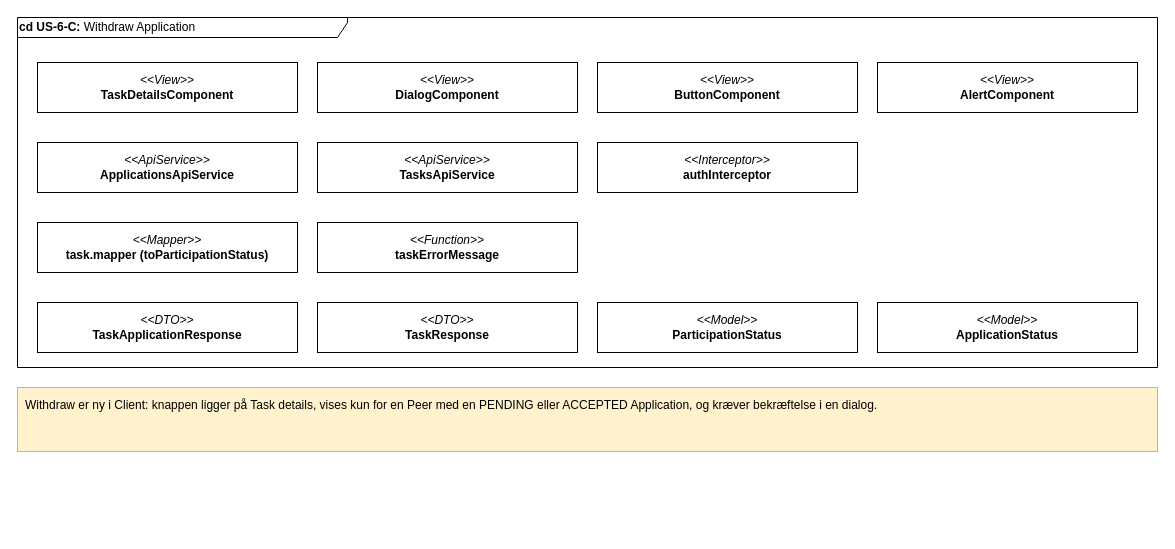
This is page "2 - klasser" (2 of 3) of drawio/Applikationsmodeller/US6/FE/US6_WithdrawApplication.drawio from Echo-AU/artifacts, a draw.io file, before an edit. Source tidied: cells renumbered, new cells numbered last; positions are measured from the earlier drawing's top-left corner, leaving out a move shared by most shapes. Both pictures are drawn from the tidied source at 100%, with x=0, y=0 at pixel (17, 17).
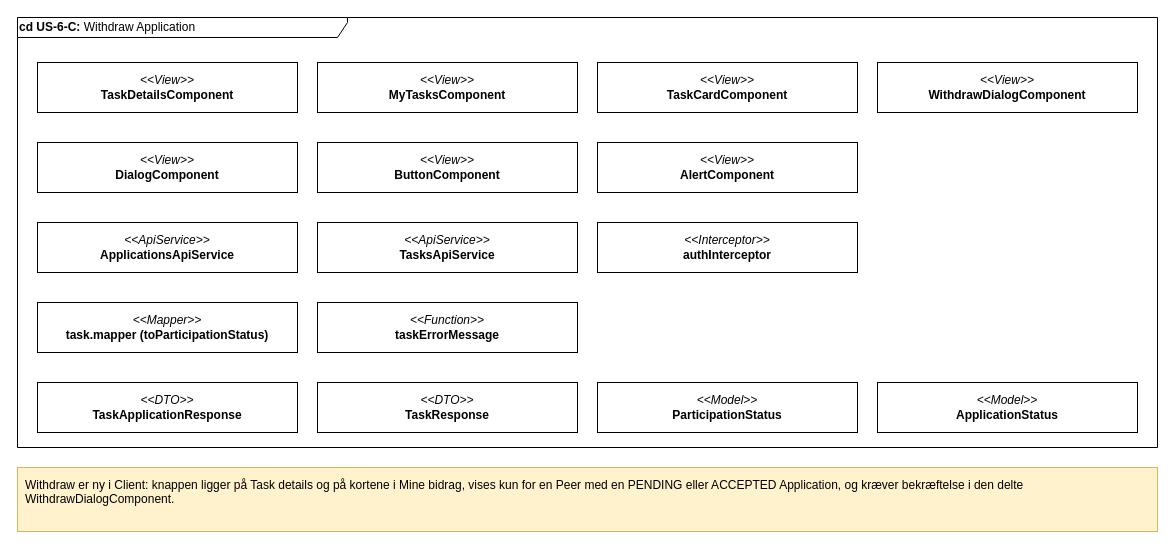
After the change.

What changed in the source:
```diff
@@
 <mxGraphModel>
   <root>
     <mxCell id="0" />
     <mxCell id="1" parent="0" />
     <mxCell id="2" value="&lt;b&gt;cd US-6-C: &lt;/b&gt;Withdraw Application" style="shape=umlFrame;whiteSpace=wrap;html=1;width=330;height=20;align=left;" parent="1" vertex="1">
-      <mxGeometry width="1140" height="350" as="geometry" />
+      <mxGeometry width="1140" height="430" as="geometry" />
     </mxCell>
     <mxCell id="3" value="&lt;span style=&quot;font-weight: normal;&quot;&gt;&lt;i&gt;&amp;lt;&amp;lt;View&amp;gt;&amp;gt;&lt;/i&gt;&lt;/span&gt;&lt;div&gt;TaskDetailsComponent&lt;/div&gt;" style="rounded=0;whiteSpace=wrap;html=1;fontStyle=1;" parent="1" vertex="1">
       <mxGeometry x="20" y="45" width="260" height="50" as="geometry" />
     </mxCell>
-    <mxCell id="4" value="&lt;span style=&quot;font-weight: normal;&quot;&gt;&lt;i&gt;&amp;lt;&amp;lt;View&amp;gt;&amp;gt;&lt;/i&gt;&lt;/span&gt;&lt;div&gt;DialogComponent&lt;/div&gt;" style="rounded=0;whiteSpace=wrap;html=1;fontStyle=1;" parent="1" vertex="1">
+    <mxCell id="4" value="&lt;span style=&quot;font-weight: normal;&quot;&gt;&lt;i&gt;&amp;lt;&amp;lt;View&amp;gt;&amp;gt;&lt;/i&gt;&lt;/span&gt;&lt;div&gt;MyTasksComponent&lt;/div&gt;" style="rounded=0;whiteSpace=wrap;html=1;fontStyle=1;" parent="1" vertex="1">
       <mxGeometry x="300" y="45" width="260" height="50" as="geometry" />
     </mxCell>
-    <mxCell id="5" value="&lt;span style=&quot;font-weight: normal;&quot;&gt;&lt;i&gt;&amp;lt;&amp;lt;View&amp;gt;&amp;gt;&lt;/i&gt;&lt;/span&gt;&lt;div&gt;ButtonComponent&lt;/div&gt;" style="rounded=0;whiteSpace=wrap;html=1;fontStyle=1;" parent="1" vertex="1">
+    <mxCell id="5" value="&lt;span style=&quot;font-weight: normal;&quot;&gt;&lt;i&gt;&amp;lt;&amp;lt;View&amp;gt;&amp;gt;&lt;/i&gt;&lt;/span&gt;&lt;div&gt;TaskCardComponent&lt;/div&gt;" style="rounded=0;whiteSpace=wrap;html=1;fontStyle=1;" parent="1" vertex="1">
       <mxGeometry x="580" y="45" width="260" height="50" as="geometry" />
     </mxCell>
-    <mxCell id="6" value="&lt;span style=&quot;font-weight: normal;&quot;&gt;&lt;i&gt;&amp;lt;&amp;lt;View&amp;gt;&amp;gt;&lt;/i&gt;&lt;/span&gt;&lt;div&gt;AlertComponent&lt;/div&gt;" style="rounded=0;whiteSpace=wrap;html=1;fontStyle=1;" parent="1" vertex="1">
+    <mxCell id="6" value="&lt;span style=&quot;font-weight: normal;&quot;&gt;&lt;i&gt;&amp;lt;&amp;lt;View&amp;gt;&amp;gt;&lt;/i&gt;&lt;/span&gt;&lt;div&gt;WithdrawDialogComponent&lt;/div&gt;" style="rounded=0;whiteSpace=wrap;html=1;fontStyle=1;" parent="1" vertex="1">
       <mxGeometry x="860" y="45" width="260" height="50" as="geometry" />
     </mxCell>
-    <mxCell id="7" value="&lt;span style=&quot;font-weight: normal;&quot;&gt;&lt;i&gt;&amp;lt;&amp;lt;ApiService&amp;gt;&amp;gt;&lt;/i&gt;&lt;/span&gt;&lt;div&gt;ApplicationsApiService&lt;/div&gt;" style="rounded=0;whiteSpace=wrap;html=1;fontStyle=1;" parent="1" vertex="1">
+    <mxCell id="7" value="&lt;span style=&quot;font-weight: normal;&quot;&gt;&lt;i&gt;&amp;lt;&amp;lt;View&amp;gt;&amp;gt;&lt;/i&gt;&lt;/span&gt;&lt;div&gt;DialogComponent&lt;/div&gt;" style="rounded=0;whiteSpace=wrap;html=1;fontStyle=1;" parent="1" vertex="1">
       <mxGeometry x="20" y="125" width="260" height="50" as="geometry" />
     </mxCell>
-    <mxCell id="8" value="&lt;span style=&quot;font-weight: normal;&quot;&gt;&lt;i&gt;&amp;lt;&amp;lt;ApiService&amp;gt;&amp;gt;&lt;/i&gt;&lt;/span&gt;&lt;div&gt;TasksApiService&lt;/div&gt;" style="rounded=0;whiteSpace=wrap;html=1;fontStyle=1;" parent="1" vertex="1">
+    <mxCell id="8" value="&lt;span style=&quot;font-weight: normal;&quot;&gt;&lt;i&gt;&amp;lt;&amp;lt;View&amp;gt;&amp;gt;&lt;/i&gt;&lt;/span&gt;&lt;div&gt;ButtonComponent&lt;/div&gt;" style="rounded=0;whiteSpace=wrap;html=1;fontStyle=1;" parent="1" vertex="1">
       <mxGeometry x="300" y="125" width="260" height="50" as="geometry" />
     </mxCell>
-    <mxCell id="9" value="&lt;span style=&quot;font-weight: normal;&quot;&gt;&lt;i&gt;&amp;lt;&amp;lt;Interceptor&amp;gt;&amp;gt;&lt;/i&gt;&lt;/span&gt;&lt;div&gt;authInterceptor&lt;/div&gt;" style="rounded=0;whiteSpace=wrap;html=1;fontStyle=1;" parent="1" vertex="1">
+    <mxCell id="9" value="&lt;span style=&quot;font-weight: normal;&quot;&gt;&lt;i&gt;&amp;lt;&amp;lt;View&amp;gt;&amp;gt;&lt;/i&gt;&lt;/span&gt;&lt;div&gt;AlertComponent&lt;/div&gt;" style="rounded=0;whiteSpace=wrap;html=1;fontStyle=1;" parent="1" vertex="1">
       <mxGeometry x="580" y="125" width="260" height="50" as="geometry" />
     </mxCell>
-    <mxCell id="10" value="&lt;span style=&quot;font-weight: normal;&quot;&gt;&lt;i&gt;&amp;lt;&amp;lt;Mapper&amp;gt;&amp;gt;&lt;/i&gt;&lt;/span&gt;&lt;div&gt;task.mapper (toParticipationStatus)&lt;/div&gt;" style="rounded=0;whiteSpace=wrap;html=1;fontStyle=1;" parent="1" vertex="1">
+    <mxCell id="10" value="&lt;span style=&quot;font-weight: normal;&quot;&gt;&lt;i&gt;&amp;lt;&amp;lt;ApiService&amp;gt;&amp;gt;&lt;/i&gt;&lt;/span&gt;&lt;div&gt;ApplicationsApiService&lt;/div&gt;" style="rounded=0;whiteSpace=wrap;html=1;fontStyle=1;" parent="1" vertex="1">
       <mxGeometry x="20" y="205" width="260" height="50" as="geometry" />
     </mxCell>
-    <mxCell id="11" value="&lt;span style=&quot;font-weight: normal;&quot;&gt;&lt;i&gt;&amp;lt;&amp;lt;Function&amp;gt;&amp;gt;&lt;/i&gt;&lt;/span&gt;&lt;div&gt;taskErrorMessage&lt;/div&gt;" style="rounded=0;whiteSpace=wrap;html=1;fontStyle=1;" parent="1" vertex="1">
+    <mxCell id="11" value="&lt;span style=&quot;font-weight: normal;&quot;&gt;&lt;i&gt;&amp;lt;&amp;lt;ApiService&amp;gt;&amp;gt;&lt;/i&gt;&lt;/span&gt;&lt;div&gt;TasksApiService&lt;/div&gt;" style="rounded=0;whiteSpace=wrap;html=1;fontStyle=1;" parent="1" vertex="1">
       <mxGeometry x="300" y="205" width="260" height="50" as="geometry" />
     </mxCell>
-    <mxCell id="12" value="&lt;span style=&quot;font-weight: normal;&quot;&gt;&lt;i&gt;&amp;lt;&amp;lt;DTO&amp;gt;&amp;gt;&lt;/i&gt;&lt;/span&gt;&lt;div&gt;TaskApplicationResponse&lt;/div&gt;" style="rounded=0;whiteSpace=wrap;html=1;fontStyle=1;" parent="1" vertex="1">
-      <mxGeometry x="20" y="285" width="260" height="50" as="geometry" />
+    <mxCell id="12" value="&lt;span style=&quot;font-weight: normal;&quot;&gt;&lt;i&gt;&amp;lt;&amp;lt;Interceptor&amp;gt;&amp;gt;&lt;/i&gt;&lt;/span&gt;&lt;div&gt;authInterceptor&lt;/div&gt;" style="rounded=0;whiteSpace=wrap;html=1;fontStyle=1;" parent="1" vertex="1">
+      <mxGeometry x="580" y="205" width="260" height="50" as="geometry" />
     </mxCell>
-    <mxCell id="13" value="&lt;span style=&quot;font-weight: normal;&quot;&gt;&lt;i&gt;&amp;lt;&amp;lt;DTO&amp;gt;&amp;gt;&lt;/i&gt;&lt;/span&gt;&lt;div&gt;TaskResponse&lt;/div&gt;" style="rounded=0;whiteSpace=wrap;html=1;fontStyle=1;" parent="1" vertex="1">
-      <mxGeometry x="300" y="285" width="260" height="50" as="geometry" />
+    <mxCell id="13" value="&lt;span style=&quot;font-weight: normal;&quot;&gt;&lt;i&gt;&amp;lt;&amp;lt;Mapper&amp;gt;&amp;gt;&lt;/i&gt;&lt;/span&gt;&lt;div&gt;task.mapper (toParticipationStatus)&lt;/div&gt;" style="rounded=0;whiteSpace=wrap;html=1;fontStyle=1;" parent="1" vertex="1">
+      <mxGeometry x="20" y="285" width="260" height="50" as="geometry" />
     </mxCell>
-    <mxCell id="14" value="&lt;span style=&quot;font-weight: normal;&quot;&gt;&lt;i&gt;&amp;lt;&amp;lt;Model&amp;gt;&amp;gt;&lt;/i&gt;&lt;/span&gt;&lt;div&gt;ParticipationStatus&lt;/div&gt;" style="rounded=0;whiteSpace=wrap;html=1;fontStyle=1;" parent="1" vertex="1">
-      <mxGeometry x="580" y="285" width="260" height="50" as="geometry" />
+    <mxCell id="14" value="&lt;span style=&quot;font-weight: normal;&quot;&gt;&lt;i&gt;&amp;lt;&amp;lt;Function&amp;gt;&amp;gt;&lt;/i&gt;&lt;/span&gt;&lt;div&gt;taskErrorMessage&lt;/div&gt;" style="rounded=0;whiteSpace=wrap;html=1;fontStyle=1;" parent="1" vertex="1">
+      <mxGeometry x="300" y="285" width="260" height="50" as="geometry" />
     </mxCell>
-    <mxCell id="15" value="&lt;span style=&quot;font-weight: normal;&quot;&gt;&lt;i&gt;&amp;lt;&amp;lt;Model&amp;gt;&amp;gt;&lt;/i&gt;&lt;/span&gt;&lt;div&gt;ApplicationStatus&lt;/div&gt;" style="rounded=0;whiteSpace=wrap;html=1;fontStyle=1;" parent="1" vertex="1">
-      <mxGeometry x="860" y="285" width="260" height="50" as="geometry" />
+    <mxCell id="15" value="&lt;span style=&quot;font-weight: normal;&quot;&gt;&lt;i&gt;&amp;lt;&amp;lt;DTO&amp;gt;&amp;gt;&lt;/i&gt;&lt;/span&gt;&lt;div&gt;TaskApplicationResponse&lt;/div&gt;" style="rounded=0;whiteSpace=wrap;html=1;fontStyle=1;" parent="1" vertex="1">
+      <mxGeometry x="20" y="365" width="260" height="50" as="geometry" />
     </mxCell>
-    <mxCell id="16" value="Withdraw er ny i Client: knappen ligger på Task details, vises kun for en Peer med en PENDING eller ACCEPTED Application, og kræver bekræftelse i en dialog." style="rounded=0;whiteSpace=wrap;html=1;fillColor=#fff2cc;strokeColor=#d6b656;align=left;verticalAlign=top;spacingLeft=6;spacingTop=4;" parent="1" vertex="1">
-      <mxGeometry y="370" width="1140" height="64" as="geometry" />
+    <mxCell id="16" value="&lt;span style=&quot;font-weight: normal;&quot;&gt;&lt;i&gt;&amp;lt;&amp;lt;DTO&amp;gt;&amp;gt;&lt;/i&gt;&lt;/span&gt;&lt;div&gt;TaskResponse&lt;/div&gt;" style="rounded=0;whiteSpace=wrap;html=1;fontStyle=1;" parent="1" vertex="1">
+      <mxGeometry x="300" y="365" width="260" height="50" as="geometry" />
     </mxCell>
+    <mxCell id="17" value="&lt;span style=&quot;font-weight: normal;&quot;&gt;&lt;i&gt;&amp;lt;&amp;lt;Model&amp;gt;&amp;gt;&lt;/i&gt;&lt;/span&gt;&lt;div&gt;ParticipationStatus&lt;/div&gt;" style="rounded=0;whiteSpace=wrap;html=1;fontStyle=1;" parent="1" vertex="1">
+      <mxGeometry x="580" y="365" width="260" height="50" as="geometry" />
+    </mxCell>
+    <mxCell id="18" value="&lt;span style=&quot;font-weight: normal;&quot;&gt;&lt;i&gt;&amp;lt;&amp;lt;Model&amp;gt;&amp;gt;&lt;/i&gt;&lt;/span&gt;&lt;div&gt;ApplicationStatus&lt;/div&gt;" style="rounded=0;whiteSpace=wrap;html=1;fontStyle=1;" parent="1" vertex="1">
+      <mxGeometry x="860" y="365" width="260" height="50" as="geometry" />
+    </mxCell>
+    <mxCell id="19" value="Withdraw er ny i Client: knappen ligger på Task details og på kortene i Mine bidrag, vises kun for en Peer med en PENDING eller ACCEPTED Application, og kræver bekræftelse i den delte WithdrawDialogComponent." style="rounded=0;whiteSpace=wrap;html=1;fillColor=#fff2cc;strokeColor=#d6b656;align=left;verticalAlign=top;spacingLeft=6;spacingTop=4;" parent="1" vertex="1">
+      <mxGeometry y="450" width="1140" height="64" as="geometry" />
+    </mxCell>
   </root>
 </mxGraphModel>
```
